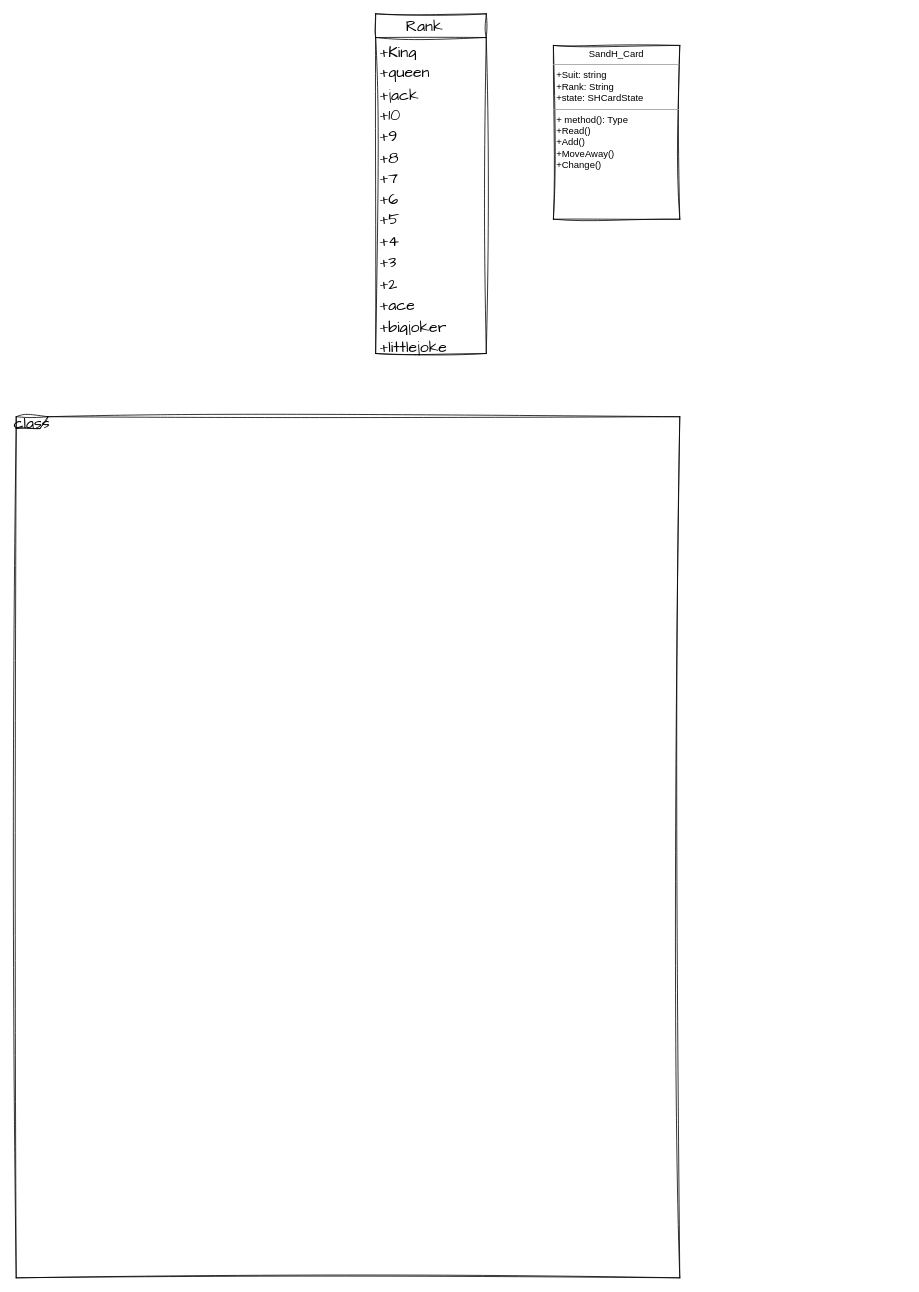
The draw.io diagram draw/1类图.drawio in gyyst/img, before the edit. Source tidied: cells renumbered, new cells numbered last; positions are measured from the earlier drawing's top-left corner, leaving out a move shared by most shapes. Both pictures are drawn from the tidied source at 79%, with x=0, y=0 at pixel (16, 13).
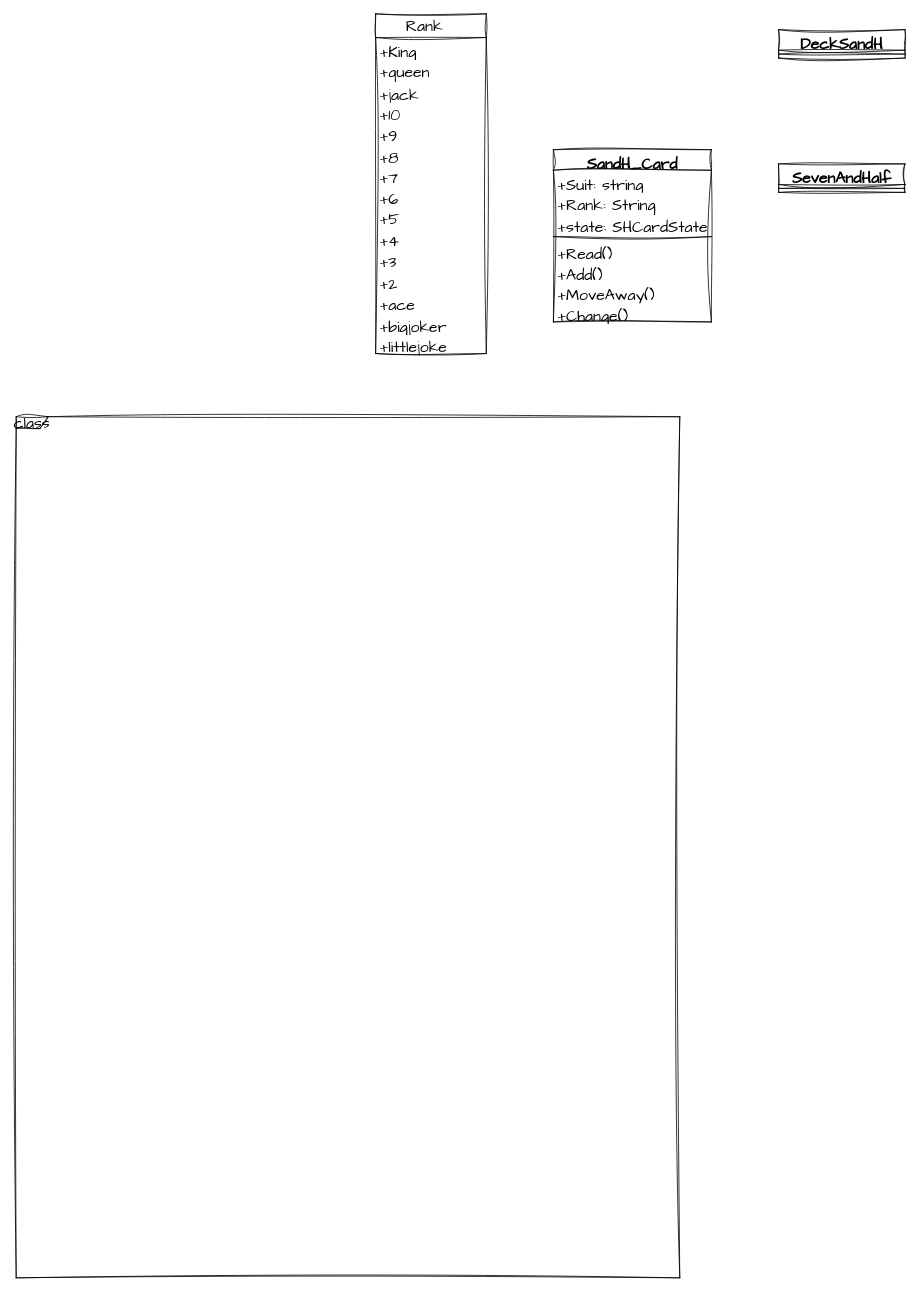
After the change.

The edit, as a diff of the source:
```diff
@@
-    <mxCell id="19" value="&lt;p style=&quot;margin:0px;margin-top:4px;text-align:center;&quot;&gt;SandH_Card&lt;br&gt;&lt;/p&gt;&lt;hr size=&quot;1&quot;&gt;&lt;p style=&quot;margin:0px;margin-left:4px;&quot;&gt;+Suit: string&amp;nbsp;&lt;/p&gt;&lt;p style=&quot;margin:0px;margin-left:4px;&quot;&gt;+Rank: String&amp;nbsp;&lt;/p&gt;&lt;p style=&quot;margin:0px;margin-left:4px;&quot;&gt;+state: SHCardState&lt;br&gt;&lt;/p&gt;&lt;hr size=&quot;1&quot;&gt;&lt;p style=&quot;margin:0px;margin-left:4px;&quot;&gt;+ method(): Type&lt;/p&gt;&lt;p style=&quot;margin:0px;margin-left:4px;&quot;&gt;+Read()&amp;nbsp;&lt;/p&gt;&lt;p style=&quot;margin:0px;margin-left:4px;&quot;&gt;+Add()&amp;nbsp;&lt;/p&gt;&lt;p style=&quot;margin:0px;margin-left:4px;&quot;&gt;+MoveAway()&amp;nbsp;&lt;/p&gt;&lt;p style=&quot;margin:0px;margin-left:4px;&quot;&gt;+Change()&lt;br&gt;&lt;/p&gt;" style="verticalAlign=top;align=left;overflow=fill;fontSize=12;fontFamily=Helvetica;html=1;whiteSpace=wrap;sketch=1;hachureGap=4;jiggle=2;curveFitting=1;" parent="1" vertex="1">
-      <mxGeometry x="680" y="40" width="160" height="220" as="geometry" />
-    </mxCell>
+    <mxCell id="20" value="SandH_Card" style="swimlane;fontStyle=1;align=center;verticalAlign=top;horizontal=1;startSize=26;whiteSpace=wrap;html=1;sketch=1;hachureGap=4;jiggle=2;curveFitting=1;fontFamily=Architects Daughter;fontSize=20;" parent="1" vertex="1">
+      <mxGeometry x="680" y="172" width="200" height="218" as="geometry" />
+    </mxCell>
+    <mxCell id="21" value="+Suit: string" style="text;strokeColor=none;fillColor=none;align=left;verticalAlign=top;spacingLeft=4;spacingRight=4;overflow=hidden;whiteSpace=wrap;html=1;fontSize=20;fontFamily=Architects Daughter;" parent="20" vertex="1">
+      <mxGeometry y="26" width="200" height="26" as="geometry" />
+    </mxCell>
+    <mxCell id="22" value="+Rank: String" style="text;strokeColor=none;fillColor=none;align=left;verticalAlign=top;spacingLeft=4;spacingRight=4;overflow=hidden;whiteSpace=wrap;html=1;fontSize=20;fontFamily=Architects Daughter;" parent="20" vertex="1">
+      <mxGeometry y="52" width="200" height="28" as="geometry" />
+    </mxCell>
+    <mxCell id="23" value="+state: SHCardState&lt;br/&gt;" style="text;strokeColor=none;fillColor=none;align=left;verticalAlign=top;spacingLeft=4;spacingRight=4;overflow=hidden;whiteSpace=wrap;html=1;fontSize=20;fontFamily=Architects Daughter;" parent="20" vertex="1">
+      <mxGeometry y="80" width="200" height="26" as="geometry" />
+    </mxCell>
+    <mxCell id="24" style="line;strokeWidth=1;fillColor=none;align=left;verticalAlign=middle;spacingTop=-1;spacingLeft=3;spacingRight=3;labelPosition=right;strokeColor=inherit;sketch=1;hachureGap=4;jiggle=2;curveFitting=1;fontFamily=Architects Daughter;fontSize=20;" parent="20" vertex="1">
+      <mxGeometry y="106" width="200" height="8" as="geometry" />
+    </mxCell>
+    <mxCell id="25" value="+Read()" style="text;strokeColor=none;fillColor=none;align=left;verticalAlign=top;spacingLeft=4;spacingRight=4;overflow=hidden;whiteSpace=wrap;html=1;fontSize=20;fontFamily=Architects Daughter;" parent="20" vertex="1">
+      <mxGeometry y="114" width="200" height="26" as="geometry" />
+    </mxCell>
+    <mxCell id="26" value="+Add()" style="text;strokeColor=none;fillColor=none;align=left;verticalAlign=top;spacingLeft=4;spacingRight=4;overflow=hidden;whiteSpace=wrap;html=1;fontSize=20;fontFamily=Architects Daughter;" parent="20" vertex="1">
+      <mxGeometry y="140" width="200" height="26" as="geometry" />
+    </mxCell>
+    <mxCell id="27" value="+MoveAway()" style="text;strokeColor=none;fillColor=none;align=left;verticalAlign=top;spacingLeft=4;spacingRight=4;overflow=hidden;whiteSpace=wrap;html=1;fontSize=20;fontFamily=Architects Daughter;" parent="20" vertex="1">
+      <mxGeometry y="166" width="200" height="26" as="geometry" />
+    </mxCell>
+    <mxCell id="28" value="+Change()&lt;br/&gt;" style="text;strokeColor=none;fillColor=none;align=left;verticalAlign=top;spacingLeft=4;spacingRight=4;overflow=hidden;whiteSpace=wrap;html=1;fontSize=20;fontFamily=Architects Daughter;" parent="20" vertex="1">
+      <mxGeometry y="192" width="200" height="26" as="geometry" />
+    </mxCell>
+    <mxCell id="29" value="DeckSandH&lt;br/&gt;" style="swimlane;fontStyle=1;align=center;verticalAlign=top;horizontal=1;startSize=26;whiteSpace=wrap;html=1;sketch=1;hachureGap=4;jiggle=2;curveFitting=1;fontFamily=Architects Daughter;fontSize=20;" parent="1" vertex="1">
+      <mxGeometry x="965" y="20" width="160" height="36" as="geometry" />
+    </mxCell>
+    <mxCell id="30" style="line;strokeWidth=1;fillColor=none;align=left;verticalAlign=middle;spacingTop=-1;spacingLeft=3;spacingRight=3;labelPosition=right;strokeColor=inherit;sketch=1;hachureGap=4;jiggle=2;curveFitting=1;fontFamily=Architects Daughter;fontSize=20;" parent="29" vertex="1">
+      <mxGeometry y="26" width="160" height="10" as="geometry" />
+    </mxCell>
+    <mxCell id="31" value="SevenAndHalf" style="swimlane;fontStyle=1;align=center;verticalAlign=top;horizontal=1;startSize=26;whiteSpace=wrap;html=1;sketch=1;hachureGap=4;jiggle=2;curveFitting=1;fontFamily=Architects Daughter;fontSize=20;" parent="1" vertex="1">
+      <mxGeometry x="965" y="190" width="160" height="36" as="geometry" />
+    </mxCell>
+    <mxCell id="32" style="line;strokeWidth=1;fillColor=none;align=left;verticalAlign=middle;spacingTop=-1;spacingLeft=3;spacingRight=3;labelPosition=right;strokeColor=inherit;sketch=1;hachureGap=4;jiggle=2;curveFitting=1;fontFamily=Architects Daughter;fontSize=20;" parent="31" vertex="1">
+      <mxGeometry y="26" width="160" height="10" as="geometry" />
+    </mxCell>
```
